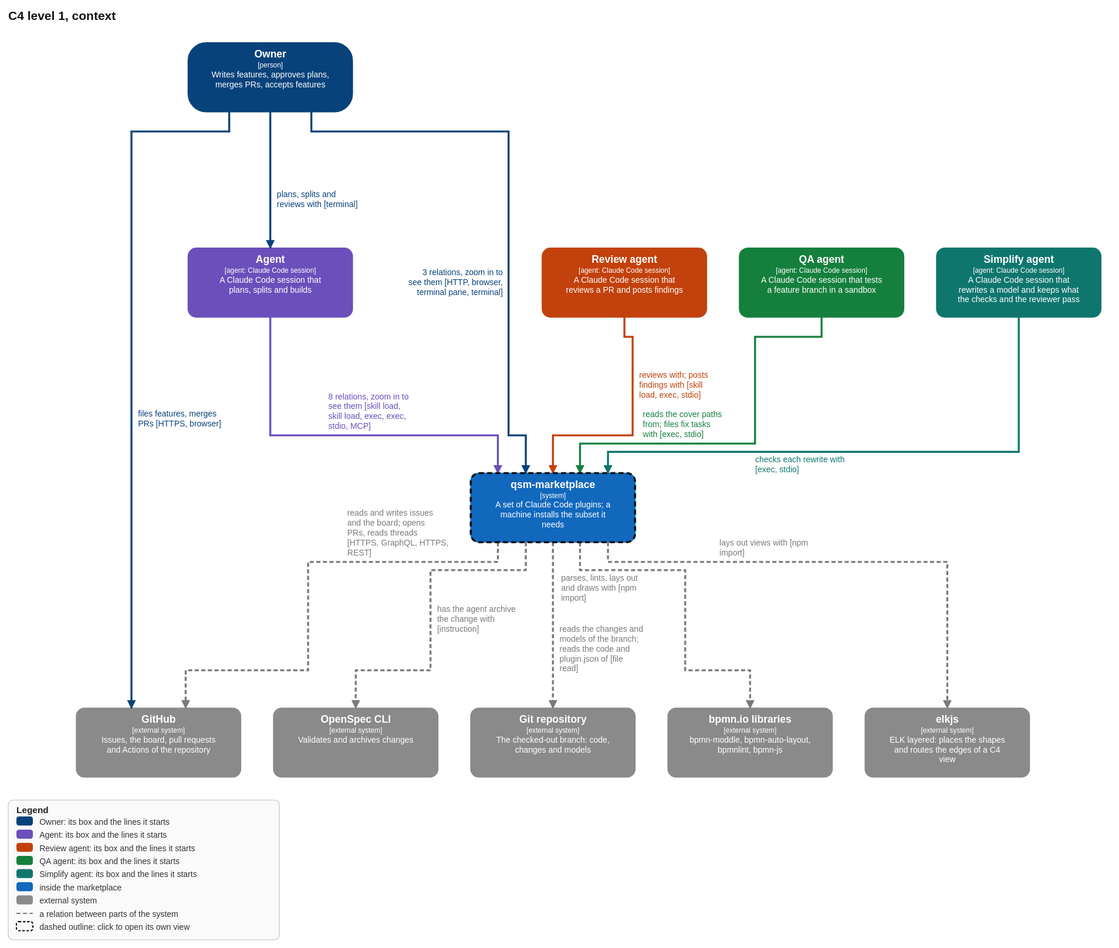
Above: openspec/changes/feature-flow/models/marketplace.context.drawio.svg in qsmark-labs/qsm-marketplace (draw.io), before the change. Source tidied: cells renumbered, new cells last; positions are measured from the earlier drawing's top-left corner, leaving out a move shared by most shapes.
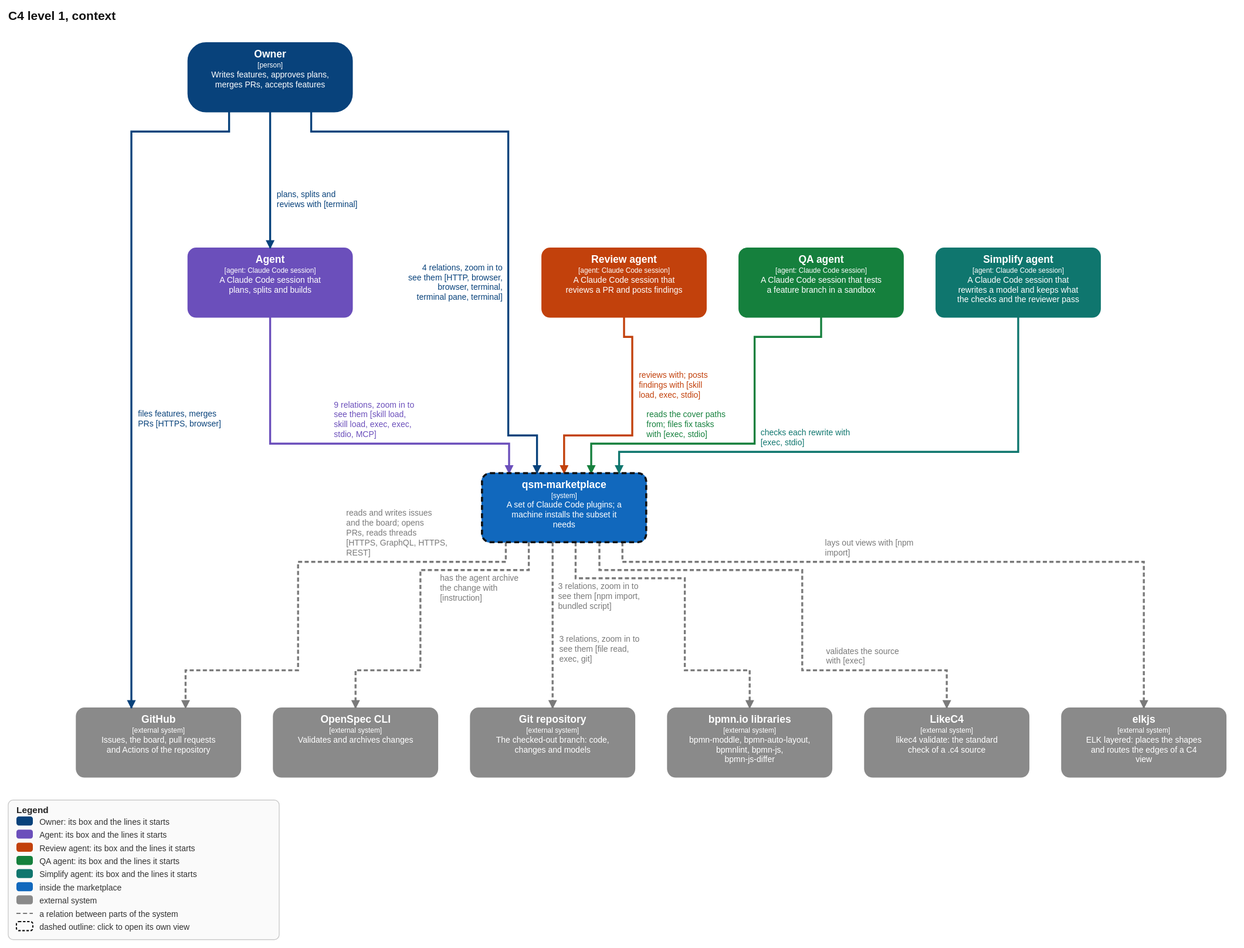
Above is the later version.

Change to the diagram source:
```diff
@@ -42,142 +42,159 @@
         <mxGeometry x="480" y="810" width="200" height="84" as="geometry" />
       </mxCell>
     </object>
-    <object id="10" label="&lt;b&gt;%c4Name%&lt;/b&gt;&lt;div&gt;[%c4Type%%c4TechnologySep%%c4Technology%]&lt;/div&gt;&lt;div style=&quot;font-size:11px&quot;&gt;%c4Description%&lt;/div&gt;" c4Description="bpmn-moddle, bpmn-auto-layout, bpmnlint, bpmn-js" c4Id="bpmnio" c4Name="bpmn.io libraries" c4Tags="external" c4Technology="" c4TechnologySep="" c4Type="Software System" placeholders="1">
+    <object id="10" label="&lt;b&gt;%c4Name%&lt;/b&gt;&lt;div&gt;[%c4Type%%c4TechnologySep%%c4Technology%]&lt;/div&gt;&lt;div style=&quot;font-size:11px&quot;&gt;%c4Description%&lt;/div&gt;" c4Description="bpmn-moddle, bpmn-auto-layout, bpmnlint, bpmn-js, bpmn-js-differ" c4Id="bpmnio" c4Name="bpmn.io libraries" c4Tags="external" c4Technology="" c4TechnologySep="" c4Type="Software System" placeholders="1">
       <mxCell style="rounded=1;whiteSpace=wrap;html=1;arcSize=10;fillColor=#8a8a8a;strokeColor=#8a8a8a;fontColor=#ffffff;" parent="1" vertex="1">
         <mxGeometry x="720" y="810" width="200" height="84" as="geometry" />
       </mxCell>
     </object>
-    <object id="11" label="&lt;b&gt;%c4Name%&lt;/b&gt;&lt;div&gt;[%c4Type%%c4TechnologySep%%c4Technology%]&lt;/div&gt;&lt;div style=&quot;font-size:11px&quot;&gt;%c4Description%&lt;/div&gt;" c4Description="ELK layered: places the shapes and routes the edges of a C4 view" c4Id="elk" c4Name="elkjs" c4Tags="external" c4Technology="" c4TechnologySep="" c4Type="Software System" placeholders="1">
+    <object id="11" label="&lt;b&gt;%c4Name%&lt;/b&gt;&lt;div&gt;[%c4Type%%c4TechnologySep%%c4Technology%]&lt;/div&gt;&lt;div style=&quot;font-size:11px&quot;&gt;%c4Description%&lt;/div&gt;" c4Description="likec4 validate: the standard check of a .c4 source" c4Id="likec4" c4Name="LikeC4" c4Tags="external" c4Technology="" c4TechnologySep="" c4Type="Software System" placeholders="1">
       <mxCell style="rounded=1;whiteSpace=wrap;html=1;arcSize=10;fillColor=#8a8a8a;strokeColor=#8a8a8a;fontColor=#ffffff;" parent="1" vertex="1">
         <mxGeometry x="960" y="810" width="200" height="84" as="geometry" />
       </mxCell>
     </object>
-    <object id="12" label="&lt;b&gt;%c4Name%&lt;/b&gt;&lt;div&gt;[%c4Type%%c4TechnologySep%%c4Technology%]&lt;/div&gt;&lt;div style=&quot;font-size:11px&quot;&gt;%c4Description%&lt;/div&gt;" c4Description="A set of Claude Code plugins; a machine installs the subset it needs" c4Id="mp" c4Name="qsm-marketplace" c4Tags="" c4Technology="" c4TechnologySep="" c4Type="Software System" placeholders="1">
-      <mxCell style="rounded=1;whiteSpace=wrap;html=1;arcSize=10;fillColor=#1168bd;strokeColor=#1168bd;fontColor=#ffffff;" parent="1" vertex="1">
-        <mxGeometry x="480" y="524" width="200" height="84" as="geometry" />
+    <object id="12" label="&lt;b&gt;%c4Name%&lt;/b&gt;&lt;div&gt;[%c4Type%%c4TechnologySep%%c4Technology%]&lt;/div&gt;&lt;div style=&quot;font-size:11px&quot;&gt;%c4Description%&lt;/div&gt;" c4Description="ELK layered: places the shapes and routes the edges of a C4 view" c4Id="elk" c4Name="elkjs" c4Tags="external" c4Technology="" c4TechnologySep="" c4Type="Software System" placeholders="1">
+      <mxCell style="rounded=1;whiteSpace=wrap;html=1;arcSize=10;fillColor=#8a8a8a;strokeColor=#8a8a8a;fontColor=#ffffff;" parent="1" vertex="1">
+        <mxGeometry x="1200" y="810" width="200" height="84" as="geometry" />
       </mxCell>
     </object>
-    <object id="13" label="%c4Description%" c4Description="plans, splits and reviews with [terminal]" c4Type="Relationship" placeholders="1">
-      <mxCell style="edgeStyle=orthogonalEdgeStyle;rounded=1;endArrow=blockThin;endFill=1;html=1;fontSize=10;strokeColor=#08427b;fontColor=#08427b;strokeWidth=2.4;" parent="1" edge="1" source="2" target="3">
-        <mxGeometry relative="1" as="geometry" />
+    <object id="13" label="&lt;b&gt;%c4Name%&lt;/b&gt;&lt;div&gt;[%c4Type%%c4TechnologySep%%c4Technology%]&lt;/div&gt;&lt;div style=&quot;font-size:11px&quot;&gt;%c4Description%&lt;/div&gt;" c4Description="A set of Claude Code plugins; a machine installs the subset it needs" c4Id="mp" c4Name="qsm-marketplace" c4Tags="" c4Technology="" c4TechnologySep="" c4Type="Software System" placeholders="1">
+      <mxCell style="rounded=1;whiteSpace=wrap;html=1;arcSize=10;fillColor=#1168bd;strokeColor=#1168bd;fontColor=#ffffff;" parent="1" vertex="1">
+        <mxGeometry x="494" y="524" width="200" height="84" as="geometry" />
       </mxCell>
     </object>
-    <object id="14" label="%c4Description%" c4Description="files features, merges PRs [HTTPS, browser]" c4Type="Relationship" placeholders="1">
-      <mxCell style="edgeStyle=orthogonalEdgeStyle;rounded=1;endArrow=blockThin;endFill=1;html=1;fontSize=10;strokeColor=#08427b;fontColor=#08427b;strokeWidth=2.4;" parent="1" edge="1" source="2" target="7">
-        <mxGeometry relative="1" as="geometry">
-          <Array as="points">
-            <mxPoint x="186" y="108" />
-            <mxPoint x="67" y="108" />
-          </Array>
-        </mxGeometry>
+    <object id="14" label="%c4Description%" c4Description="plans, splits and reviews with [terminal]" c4Type="Relationship" placeholders="1">
+      <mxCell style="edgeStyle=orthogonalEdgeStyle;rounded=1;endArrow=blockThin;endFill=1;html=1;fontSize=10;strokeColor=#08427b;fontColor=#08427b;strokeWidth=2.4;" parent="1" edge="1" source="2" target="3">
+        <mxGeometry relative="1" as="geometry" />
       </mxCell>
     </object>
-    <object id="15" label="%c4Description%" c4Description="3 relations, zoom in to see them [HTTP, browser, terminal pane, terminal]" c4Type="Relationship" placeholders="1">
-      <mxCell style="edgeStyle=orthogonalEdgeStyle;rounded=1;endArrow=blockThin;endFill=1;html=1;fontSize=10;strokeColor=#08427b;fontColor=#08427b;strokeWidth=2.4;" parent="1" edge="1" source="2" target="12">
+    <object id="15" label="%c4Description%" c4Description="files features, merges PRs [HTTPS, browser]" c4Type="Relationship" placeholders="1">
+      <mxCell style="edgeStyle=orthogonalEdgeStyle;rounded=1;endArrow=blockThin;endFill=1;html=1;fontSize=10;strokeColor=#08427b;fontColor=#08427b;strokeWidth=2.4;" parent="1" edge="1" source="2" target="7">
         <mxGeometry relative="1" as="geometry">
           <Array as="points">
-            <mxPoint x="286" y="108" />
-            <mxPoint x="526" y="108" />
-            <mxPoint x="526" y="478" />
-            <mxPoint x="547" y="478" />
+            <mxPoint x="186" y="108" />
+            <mxPoint x="67" y="108" />
           </Array>
         </mxGeometry>
       </mxCell>
     </object>
-    <object id="16" label="%c4Description%" c4Description="8 relations, zoom in to see them [skill load, skill load, exec, exec, stdio, MCP]" c4Type="Relationship" placeholders="1">
-      <mxCell style="edgeStyle=orthogonalEdgeStyle;rounded=1;endArrow=blockThin;endFill=1;html=1;fontSize=10;strokeColor=#6b4fbb;fontColor=#6b4fbb;strokeWidth=2.4;" parent="1" edge="1" source="3" target="12">
+    <object id="16" label="%c4Description%" c4Description="4 relations, zoom in to see them [HTTP, browser, browser, terminal, terminal pane, terminal]" c4Type="Relationship" placeholders="1">
+      <mxCell style="edgeStyle=orthogonalEdgeStyle;rounded=1;endArrow=blockThin;endFill=1;html=1;fontSize=10;strokeColor=#08427b;fontColor=#08427b;strokeWidth=2.4;" parent="1" edge="1" source="2" target="13">
         <mxGeometry relative="1" as="geometry">
           <Array as="points">
-            <mxPoint x="236" y="478" />
-            <mxPoint x="513" y="478" />
+            <mxPoint x="286" y="108" />
+            <mxPoint x="526" y="108" />
+            <mxPoint x="526" y="478" />
+            <mxPoint x="561" y="478" />
           </Array>
         </mxGeometry>
       </mxCell>
     </object>
-    <object id="17" label="%c4Description%" c4Description="reviews with; posts findings with [skill load, exec, stdio]" c4Type="Relationship" placeholders="1">
-      <mxCell style="edgeStyle=orthogonalEdgeStyle;rounded=1;endArrow=blockThin;endFill=1;html=1;fontSize=10;strokeColor=#c2410c;fontColor=#c2410c;strokeWidth=2.4;" parent="1" edge="1" source="4" target="12">
+    <object id="17" label="%c4Description%" c4Description="9 relations, zoom in to see them [skill load, skill load, exec, exec, stdio, MCP]" c4Type="Relationship" placeholders="1">
+      <mxCell style="edgeStyle=orthogonalEdgeStyle;rounded=1;endArrow=blockThin;endFill=1;html=1;fontSize=10;strokeColor=#6b4fbb;fontColor=#6b4fbb;strokeWidth=2.4;" parent="1" edge="1" source="3" target="13">
         <mxGeometry relative="1" as="geometry">
           <Array as="points">
-            <mxPoint x="667" y="358" />
-            <mxPoint x="677" y="358" />
-            <mxPoint x="677" y="478" />
-            <mxPoint x="580" y="478" />
+            <mxPoint x="236" y="488" />
+            <mxPoint x="527" y="488" />
           </Array>
         </mxGeometry>
       </mxCell>
     </object>
-    <object id="18" label="%c4Description%" c4Description="reads the cover paths from; files fix tasks with [exec, stdio]" c4Type="Relationship" placeholders="1">
-      <mxCell style="edgeStyle=orthogonalEdgeStyle;rounded=1;endArrow=blockThin;endFill=1;html=1;fontSize=10;strokeColor=#15803d;fontColor=#15803d;strokeWidth=2.4;" parent="1" edge="1" source="5" target="12">
+    <object id="18" label="%c4Description%" c4Description="reviews with; posts findings with [skill load, exec, stdio]" c4Type="Relationship" placeholders="1">
+      <mxCell style="edgeStyle=orthogonalEdgeStyle;rounded=1;endArrow=blockThin;endFill=1;html=1;fontSize=10;strokeColor=#c2410c;fontColor=#c2410c;strokeWidth=2.4;" parent="1" edge="1" source="4" target="13">
         <mxGeometry relative="1" as="geometry">
           <Array as="points">
-            <mxPoint x="907" y="358" />
-            <mxPoint x="826" y="358" />
-            <mxPoint x="826" y="488" />
-            <mxPoint x="613" y="488" />
+            <mxPoint x="667" y="358" />
+            <mxPoint x="677" y="358" />
+            <mxPoint x="677" y="478" />
+            <mxPoint x="594" y="478" />
           </Array>
         </mxGeometry>
       </mxCell>
     </object>
-    <object id="19" label="%c4Description%" c4Description="checks each rewrite with [exec, stdio]" c4Type="Relationship" placeholders="1">
-      <mxCell style="edgeStyle=orthogonalEdgeStyle;rounded=1;endArrow=blockThin;endFill=1;html=1;fontSize=10;strokeColor=#0f766e;fontColor=#0f766e;strokeWidth=2.4;" parent="1" edge="1" source="6" target="12">
+    <object id="19" label="%c4Description%" c4Description="reads the cover paths from; files fix tasks with [exec, stdio]" c4Type="Relationship" placeholders="1">
+      <mxCell style="edgeStyle=orthogonalEdgeStyle;rounded=1;endArrow=blockThin;endFill=1;html=1;fontSize=10;strokeColor=#15803d;fontColor=#15803d;strokeWidth=2.4;" parent="1" edge="1" source="5" target="13">
         <mxGeometry relative="1" as="geometry">
           <Array as="points">
-            <mxPoint x="1147" y="498" />
-            <mxPoint x="647" y="498" />
+            <mxPoint x="907" y="358" />
+            <mxPoint x="826" y="358" />
+            <mxPoint x="826" y="488" />
+            <mxPoint x="627" y="488" />
           </Array>
         </mxGeometry>
       </mxCell>
     </object>
-    <object id="20" label="%c4Description%" c4Description="reads and writes issues and the board; opens PRs, reads threads [HTTPS, GraphQL, HTTPS, REST]" c4Type="Relationship" placeholders="1">
-      <mxCell style="edgeStyle=orthogonalEdgeStyle;rounded=1;endArrow=blockThin;endFill=1;html=1;fontSize=10;strokeColor=#7a7a7a;fontColor=#7a7a7a;strokeWidth=2.4;dashed=1;" parent="1" edge="1" source="12" target="7">
+    <object id="20" label="%c4Description%" c4Description="checks each rewrite with [exec, stdio]" c4Type="Relationship" placeholders="1">
+      <mxCell style="edgeStyle=orthogonalEdgeStyle;rounded=1;endArrow=blockThin;endFill=1;html=1;fontSize=10;strokeColor=#0f766e;fontColor=#0f766e;strokeWidth=2.4;" parent="1" edge="1" source="6" target="13">
         <mxGeometry relative="1" as="geometry">
           <Array as="points">
-            <mxPoint x="513" y="632" />
-            <mxPoint x="282" y="632" />
-            <mxPoint x="282" y="764" />
-            <mxPoint x="133" y="764" />
+            <mxPoint x="1147" y="498" />
+            <mxPoint x="661" y="498" />
           </Array>
         </mxGeometry>
       </mxCell>
     </object>
-    <object id="21" label="%c4Description%" c4Description="has the agent archive the change with [instruction]" c4Type="Relationship" placeholders="1">
-      <mxCell style="edgeStyle=orthogonalEdgeStyle;rounded=1;endArrow=blockThin;endFill=1;html=1;fontSize=10;strokeColor=#7a7a7a;fontColor=#7a7a7a;strokeWidth=2.4;dashed=1;" parent="1" edge="1" source="12" target="8">
+    <object id="21" label="%c4Description%" c4Description="reads and writes issues and the board; opens PRs, reads threads [HTTPS, GraphQL, HTTPS, REST]" c4Type="Relationship" placeholders="1">
+      <mxCell style="edgeStyle=orthogonalEdgeStyle;rounded=1;endArrow=blockThin;endFill=1;html=1;fontSize=10;strokeColor=#7a7a7a;fontColor=#7a7a7a;strokeWidth=2.4;dashed=1;" parent="1" edge="1" source="13" target="7">
         <mxGeometry relative="1" as="geometry">
           <Array as="points">
-            <mxPoint x="547" y="642" />
-            <mxPoint x="431" y="642" />
-            <mxPoint x="431" y="764" />
-            <mxPoint x="340" y="764" />
+            <mxPoint x="523" y="632" />
+            <mxPoint x="270" y="632" />
+            <mxPoint x="270" y="764" />
+            <mxPoint x="133" y="764" />
           </Array>
         </mxGeometry>
       </mxCell>
     </object>
-    <object id="22" label="%c4Description%" c4Description="reads the changes and models of the branch; reads the code and plugin.json of [file read]" c4Type="Relationship" placeholders="1">
-      <mxCell style="edgeStyle=orthogonalEdgeStyle;rounded=1;endArrow=blockThin;endFill=1;html=1;fontSize=10;strokeColor=#7a7a7a;fontColor=#7a7a7a;strokeWidth=2.4;dashed=1;" parent="1" edge="1" source="12" target="9">
-        <mxGeometry relative="1" as="geometry" />
+    <object id="22" label="%c4Description%" c4Description="has the agent archive the change with [instruction]" c4Type="Relationship" placeholders="1">
+      <mxCell style="edgeStyle=orthogonalEdgeStyle;rounded=1;endArrow=blockThin;endFill=1;html=1;fontSize=10;strokeColor=#7a7a7a;fontColor=#7a7a7a;strokeWidth=2.4;dashed=1;" parent="1" edge="1" source="13" target="8">
+        <mxGeometry relative="1" as="geometry">
+          <Array as="points">
+            <mxPoint x="551" y="642" />
+            <mxPoint x="419" y="642" />
+            <mxPoint x="419" y="764" />
+            <mxPoint x="340" y="764" />
+          </Array>
+        </mxGeometry>
       </mxCell>
     </object>
-    <object id="23" label="%c4Description%" c4Description="parses, lints, lays out and draws with [npm import]" c4Type="Relationship" placeholders="1">
-      <mxCell style="edgeStyle=orthogonalEdgeStyle;rounded=1;endArrow=blockThin;endFill=1;html=1;fontSize=10;strokeColor=#7a7a7a;fontColor=#7a7a7a;strokeWidth=2.4;dashed=1;" parent="1" edge="1" source="12" target="10">
-        <mxGeometry relative="1" as="geometry">
-          <Array as="points">
-            <mxPoint x="613" y="642" />
-            <mxPoint x="741" y="642" />
-            <mxPoint x="741" y="764" />
-            <mxPoint x="820" y="764" />
-          </Array>
-        </mxGeometry>
+    <object id="23" label="%c4Description%" c4Description="3 relations, zoom in to see them [file read, exec, git]" c4Type="Relationship" placeholders="1">
+      <mxCell style="edgeStyle=orthogonalEdgeStyle;rounded=1;endArrow=blockThin;endFill=1;html=1;fontSize=10;strokeColor=#7a7a7a;fontColor=#7a7a7a;strokeWidth=2.4;dashed=1;" parent="1" edge="1" source="13" target="9">
+        <mxGeometry relative="1" as="geometry" />
       </mxCell>
     </object>
-    <object id="24" label="%c4Description%" c4Description="lays out views with [npm import]" c4Type="Relationship" placeholders="1">
-      <mxCell style="edgeStyle=orthogonalEdgeStyle;rounded=1;endArrow=blockThin;endFill=1;html=1;fontSize=10;strokeColor=#7a7a7a;fontColor=#7a7a7a;strokeWidth=2.4;dashed=1;" parent="1" edge="1" source="12" target="11">
+    <object id="24" label="%c4Description%" c4Description="3 relations, zoom in to see them [npm import, bundled script]" c4Type="Relationship" placeholders="1">
+      <mxCell style="edgeStyle=orthogonalEdgeStyle;rounded=1;endArrow=blockThin;endFill=1;html=1;fontSize=10;strokeColor=#7a7a7a;fontColor=#7a7a7a;strokeWidth=2.4;dashed=1;" parent="1" edge="1" source="13" target="10">
         <mxGeometry relative="1" as="geometry">
           <Array as="points">
-            <mxPoint x="647" y="632" />
-            <mxPoint x="1060" y="632" />
+            <mxPoint x="608" y="652" />
+            <mxPoint x="741" y="652" />
+            <mxPoint x="741" y="764" />
+            <mxPoint x="820" y="764" />
           </Array>
         </mxGeometry>
       </mxCell>
     </object>
+    <object id="25" label="%c4Description%" c4Description="validates the source with [exec]" c4Type="Relationship" placeholders="1">
+      <mxCell style="edgeStyle=orthogonalEdgeStyle;rounded=1;endArrow=blockThin;endFill=1;html=1;fontSize=10;strokeColor=#7a7a7a;fontColor=#7a7a7a;strokeWidth=2.4;dashed=1;" parent="1" edge="1" source="13" target="11">
+        <mxGeometry relative="1" as="geometry">
+          <Array as="points">
+            <mxPoint x="637" y="642" />
+            <mxPoint x="884" y="642" />
+            <mxPoint x="884" y="764" />
+            <mxPoint x="1060" y="764" />
+          </Array>
+        </mxGeometry>
+      </mxCell>
+    </object>
+    <object id="26" label="%c4Description%" c4Description="lays out views with [npm import]" c4Type="Relationship" placeholders="1">
+      <mxCell style="edgeStyle=orthogonalEdgeStyle;rounded=1;endArrow=blockThin;endFill=1;html=1;fontSize=10;strokeColor=#7a7a7a;fontColor=#7a7a7a;strokeWidth=2.4;dashed=1;" parent="1" edge="1" source="13" target="12">
+        <mxGeometry relative="1" as="geometry">
+          <Array as="points">
+            <mxPoint x="665" y="632" />
+            <mxPoint x="1300" y="632" />
+          </Array>
+        </mxGeometry>
+      </mxCell>
+    </object>
   </root>
 </mxGraphModel>
```
